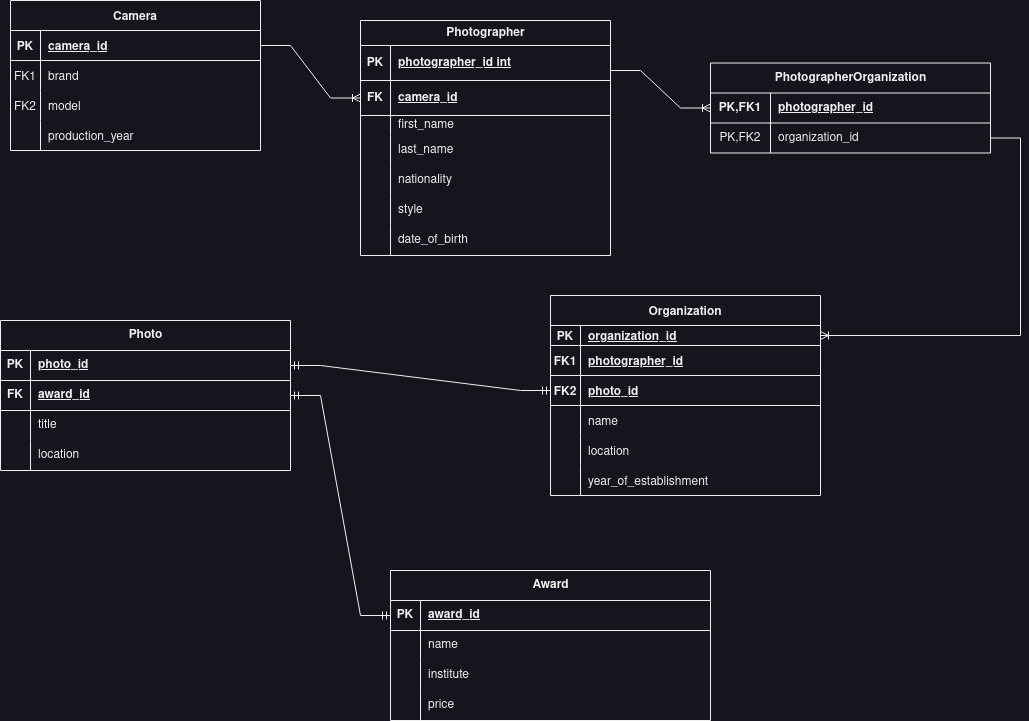
mabrishami00/CW-98 keeps this draw.io diagram as cw11/photos.png. Above is the earlier version. Source tidied: cells renumbered, new cells last; positions are measured from the earlier drawing's top-left corner, leaving out a move shared by most shapes.
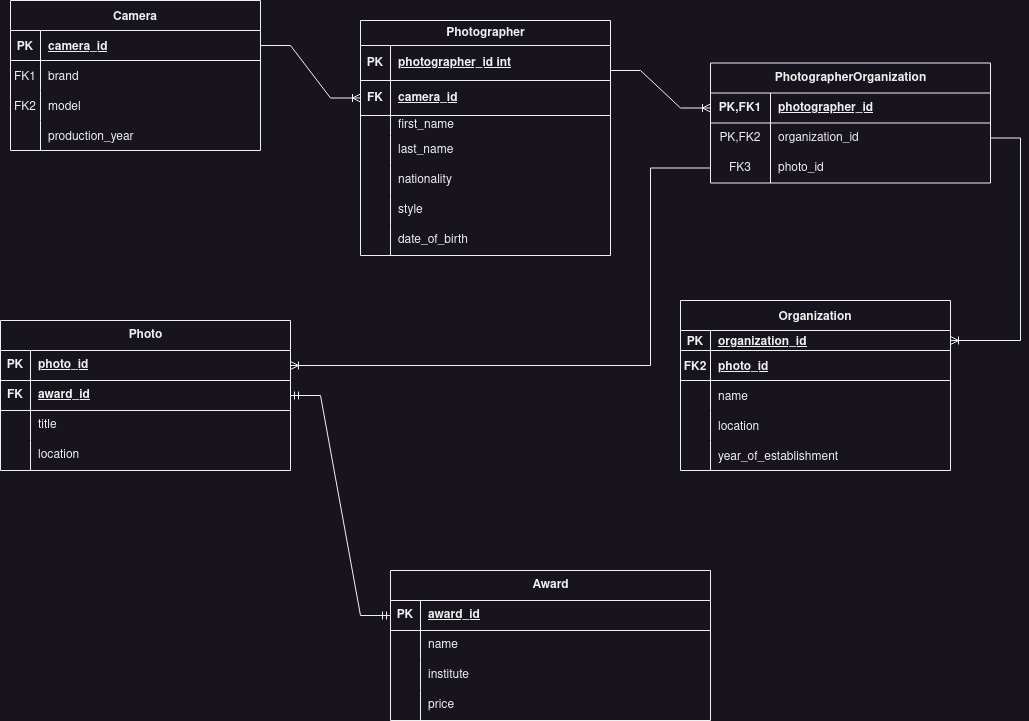
Later version of the same file.

Commit message:
modify photo diagram

The edit, as a diff of the source:
```diff
@@ -3,7 +3,7 @@
     <mxCell id="0" />
     <mxCell id="1" parent="0" />
     <mxCell id="2" value="Organization" style="shape=table;startSize=30;rowLines=0;fontStyle=1;align=center;" parent="1" vertex="1">
-      <mxGeometry x="550" y="295" width="270" height="200" as="geometry" />
+      <mxGeometry x="680" y="300" width="270" height="170" as="geometry" />
     </mxCell>
     <mxCell id="3" style="shape=partialRectangle;fillColor=none;points=[[0,0.5],[1,0.5]];portConstraint=eastwest;top=0;left=0;right=0;bottom=1;" parent="2" vertex="1">
       <mxGeometry y="30" width="270" height="20" as="geometry" />
@@ -14,17 +14,8 @@
     <mxCell id="5" value="organization_id" style="shape=partialRectangle;overflow=hidden;fillColor=none;top=0;left=0;bottom=0;right=0;align=left;spacingLeft=6;fontStyle=5;" parent="3" vertex="1">
       <mxGeometry x="30" width="240" height="20" as="geometry" />
     </mxCell>
-    <mxCell id="6" style="shape=partialRectangle;fillColor=none;top=0;left=0;right=0;bottom=1;" parent="2" vertex="1">
-      <mxGeometry y="50" width="270" height="30" as="geometry" />
-    </mxCell>
-    <mxCell id="7" value="FK1" style="shape=partialRectangle;overflow=hidden;fillColor=none;top=0;left=0;bottom=0;right=0;fontStyle=1;" parent="6" vertex="1">
-      <mxGeometry width="30" height="30" as="geometry" />
-    </mxCell>
-    <mxCell id="8" value="photographer_id" style="shape=partialRectangle;overflow=hidden;fillColor=none;top=0;left=0;bottom=0;right=0;align=left;spacingLeft=6;fontStyle=5;" parent="6" vertex="1">
-      <mxGeometry x="30" width="240" height="30" as="geometry" />
-    </mxCell>
     <mxCell id="9" style="shape=partialRectangle;fillColor=none;points=[[0,0.5],[1,0.5]];portConstraint=eastwest;top=0;left=0;right=0;bottom=1;" parent="2" vertex="1">
-      <mxGeometry y="80" width="270" height="30" as="geometry" />
+      <mxGeometry y="50" width="270" height="30" as="geometry" />
     </mxCell>
     <mxCell id="10" value="FK2" style="shape=partialRectangle;overflow=hidden;fillColor=none;top=0;left=0;bottom=0;right=0;fontStyle=1;" parent="9" vertex="1">
       <mxGeometry width="30" height="30" as="geometry" />
@@ -33,7 +24,7 @@
       <mxGeometry x="30" width="240" height="30" as="geometry" />
     </mxCell>
     <mxCell id="12" style="shape=partialRectangle;fillColor=none;top=0;left=0;right=0;bottom=0;" parent="2" vertex="1">
-      <mxGeometry y="110" width="270" height="30" as="geometry" />
+      <mxGeometry y="80" width="270" height="30" as="geometry" />
     </mxCell>
     <mxCell id="13" style="shape=partialRectangle;overflow=hidden;fillColor=none;top=0;left=0;bottom=0;right=0;" parent="12" vertex="1">
       <mxGeometry width="30" height="30" as="geometry" />
@@ -42,7 +33,7 @@
       <mxGeometry x="30" width="240" height="30" as="geometry" />
     </mxCell>
     <mxCell id="15" style="shape=partialRectangle;fillColor=none;top=0;left=0;right=0;bottom=0;" parent="2" vertex="1">
-      <mxGeometry y="140" width="270" height="30" as="geometry" />
+      <mxGeometry y="110" width="270" height="30" as="geometry" />
     </mxCell>
     <mxCell id="16" style="shape=partialRectangle;overflow=hidden;fillColor=none;top=0;left=0;bottom=0;right=0;" parent="15" vertex="1">
       <mxGeometry width="30" height="30" as="geometry" />
@@ -51,7 +42,7 @@
       <mxGeometry x="30" width="240" height="30" as="geometry" />
     </mxCell>
     <mxCell id="18" style="shape=partialRectangle;fillColor=none;top=0;left=0;right=0;bottom=0;" parent="2" vertex="1">
-      <mxGeometry y="170" width="270" height="30" as="geometry" />
+      <mxGeometry y="140" width="270" height="30" as="geometry" />
     </mxCell>
     <mxCell id="19" style="shape=partialRectangle;overflow=hidden;fillColor=none;top=0;left=0;bottom=0;right=0;" parent="18" vertex="1">
       <mxGeometry width="30" height="30" as="geometry" />
@@ -250,14 +241,11 @@
         <mxPoint x="610" y="70" as="sourcePoint" />
       </mxGeometry>
     </mxCell>
-    <mxCell id="84" style="edgeStyle=entityRelationEdgeStyle;fontSize=12;html=1;endArrow=ERmandOne;startArrow=ERmandOne;rounded=0;" parent="1" edge="1" source="57" target="9">
-      <mxGeometry relative="1" as="geometry" />
-    </mxCell>
     <mxCell id="85" style="edgeStyle=entityRelationEdgeStyle;fontSize=12;html=1;endArrow=ERmandOne;startArrow=ERmandOne;rounded=0;exitX=1;exitY=0.5;exitDx=0;exitDy=0;" parent="1" edge="1" source="60" target="70">
       <mxGeometry relative="1" as="geometry" />
     </mxCell>
     <mxCell id="86" value="PhotographerOrganization" style="shape=table;startSize=30;rowLines=0;fontStyle=1;align=center;html=1;" parent="1" vertex="1">
-      <mxGeometry x="710" y="62.5" width="280" height="90" as="geometry" />
+      <mxGeometry x="710" y="62.5" width="280" height="120" as="geometry" />
     </mxCell>
     <mxCell id="87" style="shape=tableRow;horizontal=0;startSize=0;swimlaneHead=0;swimlaneBody=0;fillColor=none;points=[[0,0.5],[1,0.5]];portConstraint=eastwest;top=0;left=0;right=0;bottom=1;" parent="86" vertex="1">
       <mxGeometry y="30" width="280" height="30" as="geometry" />
@@ -277,8 +265,25 @@
     <mxCell id="92" value="organization_id" style="shape=partialRectangle;fillColor=none;top=0;left=0;bottom=0;right=0;align=left;spacingLeft=6;overflow=hidden;whiteSpace=wrap;html=1;" parent="90" vertex="1">
       <mxGeometry x="60" width="220" height="30" as="geometry" />
     </mxCell>
+    <mxCell id="94" style="shape=tableRow;horizontal=0;startSize=0;swimlaneHead=0;swimlaneBody=0;fillColor=none;points=[[0,0.5],[1,0.5]];portConstraint=eastwest;top=0;left=0;right=0;bottom=0;" parent="86" vertex="1">
+      <mxGeometry y="90" width="280" height="30" as="geometry" />
+    </mxCell>
+    <mxCell id="95" value="FK3" style="shape=partialRectangle;fillColor=none;top=0;left=0;bottom=0;right=0;overflow=hidden;whiteSpace=wrap;html=1;" parent="94" vertex="1">
+      <mxGeometry width="60" height="30" as="geometry" />
+    </mxCell>
+    <mxCell id="96" value="photo_id" style="shape=partialRectangle;fillColor=none;top=0;left=0;bottom=0;right=0;align=left;spacingLeft=6;overflow=hidden;whiteSpace=wrap;html=1;" parent="94" vertex="1">
+      <mxGeometry x="60" width="220" height="30" as="geometry" />
+    </mxCell>
     <mxCell id="93" style="edgeStyle=entityRelationEdgeStyle;fontSize=12;html=1;endArrow=ERoneToMany;rounded=0;entryX=1;entryY=0.5;entryDx=0;entryDy=0;" parent="1" edge="1" source="90" target="3">
       <mxGeometry relative="1" as="geometry" />
     </mxCell>
+    <mxCell id="97" style="edgeStyle=orthogonalEdgeStyle;fontSize=12;html=1;endArrow=ERoneToMany;rounded=0;entryX=1;entryY=0.5;entryDx=0;entryDy=0;" parent="1" edge="1" source="94" target="57">
+      <mxGeometry relative="1" as="geometry">
+        <Array as="points">
+          <mxPoint x="650" y="168" />
+          <mxPoint x="650" y="365" />
+        </Array>
+      </mxGeometry>
+    </mxCell>
   </root>
 </mxGraphModel>
```
